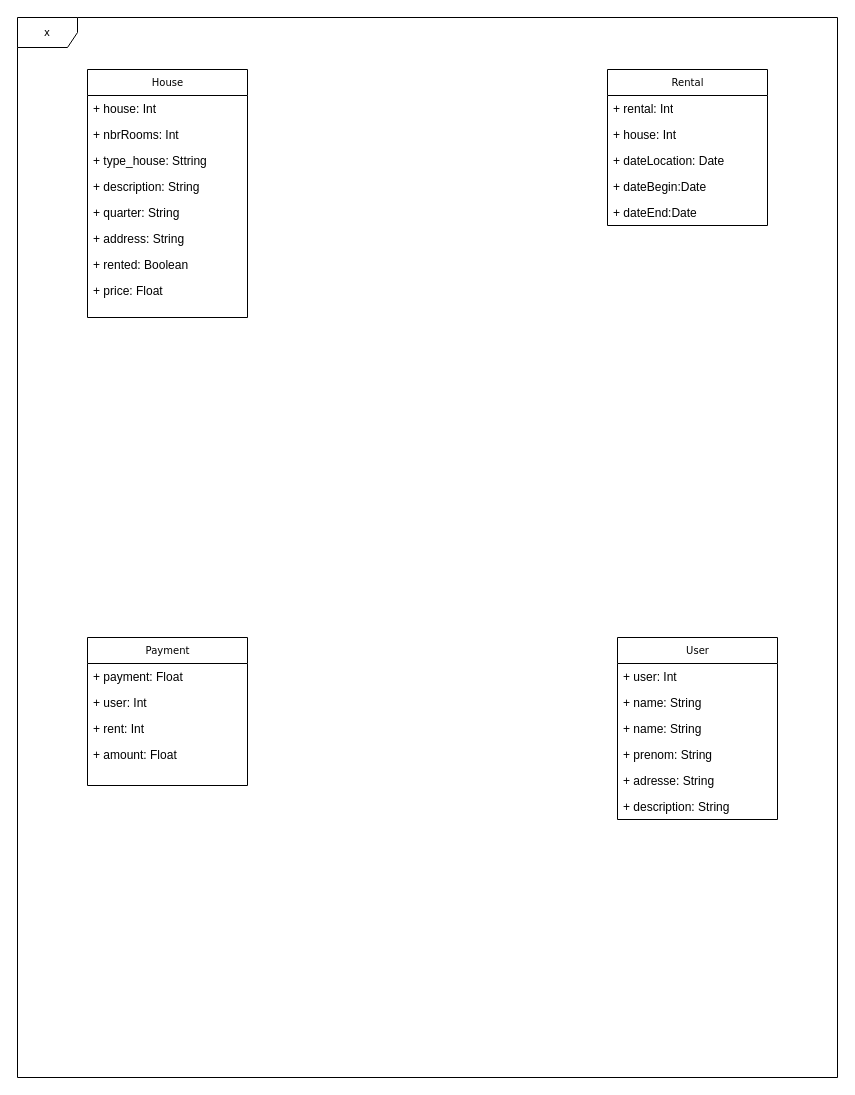
Archippe-m-arkip/location-maison keeps this draw.io diagram as Untitled Diagram.drawio. Above is the earlier version. Source tidied: cells renumbered, new cells numbered last; positions are measured from the earlier drawing's top-left corner, leaving out a move shared by most shapes. Both pictures are drawn from the tidied source at 100%, with x=0, y=0 at pixel (17, 17).
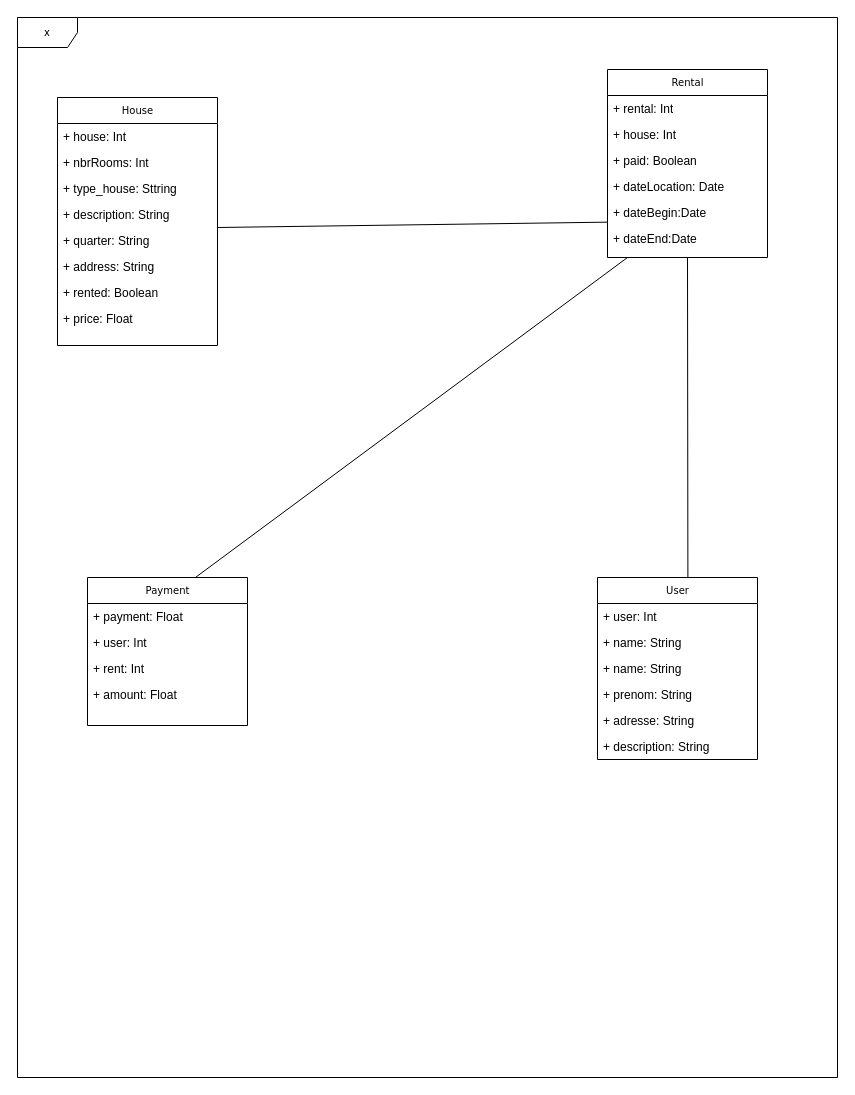
The same diagram, later.

Commit message:
updating tables of the uml model

What changed in the source:
```diff
@@
     <mxCell id="7" value="Rental" style="swimlane;html=1;fontStyle=0;horizontal=1;startSize=26;fillColor=none;swimlaneFillColor=#ffffff;rounded=0;shadow=0;comic=0;labelBackgroundColor=none;strokeWidth=1;fontFamily=Verdana;fontSize=10;align=center;" parent="1" vertex="1">
-      <mxGeometry x="590" y="52" width="160" height="156" as="geometry" />
+      <mxGeometry x="590" y="52" width="160" height="188" as="geometry" />
     </mxCell>
@@
+    <mxCell id="34" value="+ paid: Boolean" style="text;html=1;strokeColor=none;fillColor=none;align=left;verticalAlign=top;spacingLeft=4;spacingRight=4;whiteSpace=wrap;overflow=hidden;" parent="7" vertex="1">
+      <mxGeometry y="78" width="160" height="26" as="geometry" />
+    </mxCell>
     <mxCell id="10" value="+ dateLocation: Date" style="text;html=1;strokeColor=none;fillColor=none;align=left;verticalAlign=top;spacingLeft=4;spacingRight=4;whiteSpace=wrap;overflow=hidden;" parent="7" vertex="1">
-      <mxGeometry y="78" width="160" height="26" as="geometry" />
+      <mxGeometry y="104" width="160" height="26" as="geometry" />
     </mxCell>
     <mxCell id="11" value="+ dateBegin:Date" style="text;html=1;strokeColor=none;fillColor=none;align=left;verticalAlign=top;spacingLeft=4;spacingRight=4;whiteSpace=wrap;overflow=hidden;" parent="7" vertex="1">
-      <mxGeometry y="104" width="160" height="26" as="geometry" />
+      <mxGeometry y="130" width="160" height="26" as="geometry" />
     </mxCell>
     <mxCell id="12" value="+ dateEnd:Date" style="text;html=1;strokeColor=none;fillColor=none;align=left;verticalAlign=top;spacingLeft=4;spacingRight=4;whiteSpace=wrap;overflow=hidden;points=[[0,0.5],[1,0.5]];portConstraint=eastwest;" parent="7" vertex="1">
-      <mxGeometry y="130" width="160" height="26" as="geometry" />
+      <mxGeometry y="156" width="160" height="26" as="geometry" />
     </mxCell>
     <mxCell id="13" value="House" style="swimlane;html=1;fontStyle=0;horizontal=1;startSize=26;fillColor=none;swimlaneFillColor=#ffffff;rounded=0;shadow=0;comic=0;labelBackgroundColor=none;strokeWidth=1;fontFamily=Verdana;fontSize=10;align=center;" parent="1" vertex="1">
-      <mxGeometry x="70" y="52" width="160" height="248" as="geometry" />
+      <mxGeometry x="40" y="80" width="160" height="248" as="geometry" />
     </mxCell>
@@
     <mxCell id="22" value="User" style="swimlane;html=1;fontStyle=0;horizontal=1;startSize=26;fillColor=none;swimlaneFillColor=#ffffff;rounded=0;shadow=0;comic=0;labelBackgroundColor=none;strokeWidth=1;fontFamily=Verdana;fontSize=10;align=center;" parent="1" vertex="1">
-      <mxGeometry x="600" y="620" width="160" height="182" as="geometry" />
+      <mxGeometry x="580" y="560" width="160" height="182" as="geometry" />
     </mxCell>
@@
     <mxCell id="29" value="Payment" style="swimlane;html=1;fontStyle=0;horizontal=1;startSize=26;fillColor=none;swimlaneFillColor=#ffffff;rounded=0;shadow=0;comic=0;labelBackgroundColor=none;strokeWidth=1;fontFamily=Verdana;fontSize=10;align=center;" parent="1" vertex="1">
-      <mxGeometry x="70" y="620" width="160" height="148" as="geometry" />
+      <mxGeometry x="70" y="560" width="160" height="148" as="geometry" />
     </mxCell>
@@
+    <mxCell id="35" style="endArrow=none;html=1;rounded=0;exitX=0.565;exitY=0;exitDx=0;exitDy=0;exitPerimeter=0;" parent="1" edge="1" source="22">
+      <mxGeometry relative="1" as="geometry">
+        <mxPoint x="670" y="240" as="targetPoint" />
+      </mxGeometry>
+    </mxCell>
+    <mxCell id="36" style="endArrow=none;html=1;rounded=0;entryX=-0.002;entryY=-0.128;entryDx=0;entryDy=0;entryPerimeter=0;" parent="1" edge="1" target="12">
+      <mxGeometry relative="1" as="geometry">
+        <mxPoint x="200" y="210" as="sourcePoint" />
+      </mxGeometry>
+    </mxCell>
+    <mxCell id="37" style="endArrow=none;html=1;rounded=0;exitX=0.677;exitY=-0.002;exitDx=0;exitDy=0;exitPerimeter=0;" parent="1" edge="1" source="29">
+      <mxGeometry relative="1" as="geometry">
+        <mxPoint x="610" y="240" as="targetPoint" />
+      </mxGeometry>
+    </mxCell>
```
